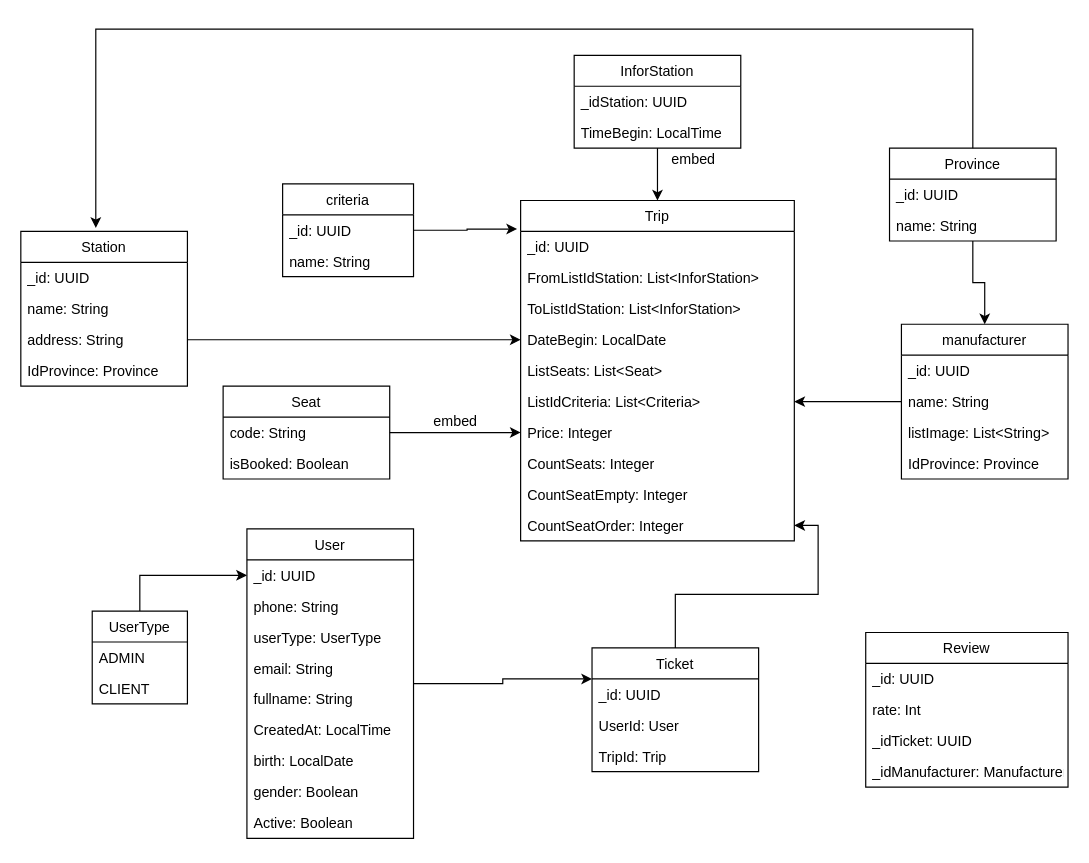
The draw.io diagram Untitled Diagram.drawio in quannguyen1999/manage-disks, before the edit. Source tidied: cells renumbered, new cells numbered last; positions are measured from the earlier drawing's top-left corner, leaving out a move shared by most shapes. Both pictures are drawn from the tidied source at 119%, with x=0, y=0 at pixel (20, 29).
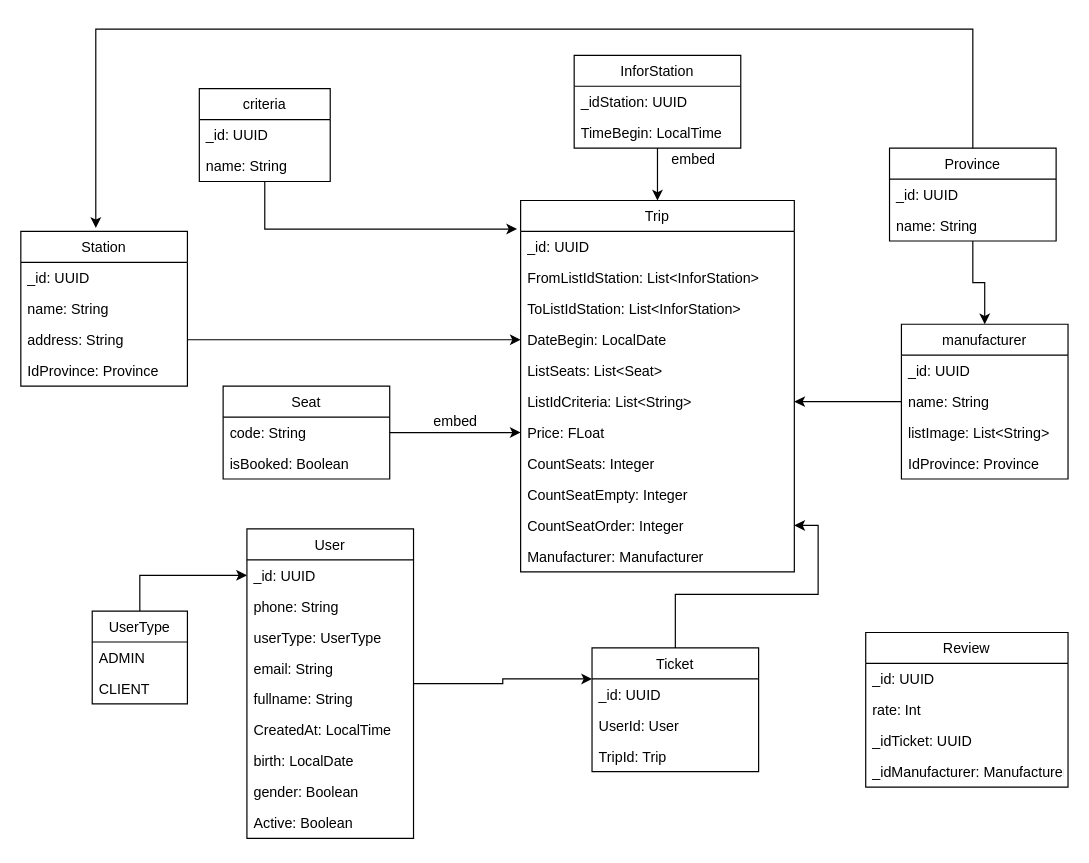
The same page after the edit.

The edit, as a diff of the source:
```diff
@@
     <mxCell id="3" value="Trip" style="swimlane;fontStyle=0;horizontal=1;startSize=26;fillColor=none;" parent="1" vertex="1">
-      <mxGeometry x="420" y="144" width="230" height="286" as="geometry" />
+      <mxGeometry x="420" y="144" width="230" height="312" as="geometry" />
     </mxCell>
@@
-    <mxCell id="9" value="ListIdCriteria: List&lt;Criteria&gt;" style="text;strokeColor=none;fillColor=none;align=left;verticalAlign=top;spacingLeft=4;spacingRight=4;overflow=hidden;points=[[0,0.5],[1,0.5]];portConstraint=eastwest;" parent="3" vertex="1">
+    <mxCell id="9" value="ListIdCriteria: List&lt;String&gt;" style="text;strokeColor=none;fillColor=none;align=left;verticalAlign=top;spacingLeft=4;spacingRight=4;overflow=hidden;points=[[0,0.5],[1,0.5]];portConstraint=eastwest;" parent="3" vertex="1">
       <mxGeometry y="156" width="230" height="26" as="geometry" />
     </mxCell>
-    <mxCell id="10" value="Price: Integer" style="text;strokeColor=none;fillColor=none;align=left;verticalAlign=top;spacingLeft=4;spacingRight=4;overflow=hidden;points=[[0,0.5],[1,0.5]];portConstraint=eastwest;" parent="3" vertex="1">
+    <mxCell id="10" value="Price: FLoat" style="text;strokeColor=none;fillColor=none;align=left;verticalAlign=top;spacingLeft=4;spacingRight=4;overflow=hidden;points=[[0,0.5],[1,0.5]];portConstraint=eastwest;" parent="3" vertex="1">
       <mxGeometry y="182" width="230" height="26" as="geometry" />
     </mxCell>
@@
+    <mxCell id="69" value="Manufacturer: Manufacturer" style="text;strokeColor=none;fillColor=none;align=left;verticalAlign=top;spacingLeft=4;spacingRight=4;overflow=hidden;" parent="3" vertex="1">
+      <mxGeometry y="286" width="230" height="26" as="geometry" />
+    </mxCell>
@@
     <mxCell id="39" value="criteria" style="swimlane;fontStyle=0;horizontal=1;startSize=26;fillColor=none;" parent="1" vertex="1">
-      <mxGeometry x="220" y="130" width="110" height="78" as="geometry" />
+      <mxGeometry x="150" y="50" width="110" height="78" as="geometry" />
     </mxCell>
```
